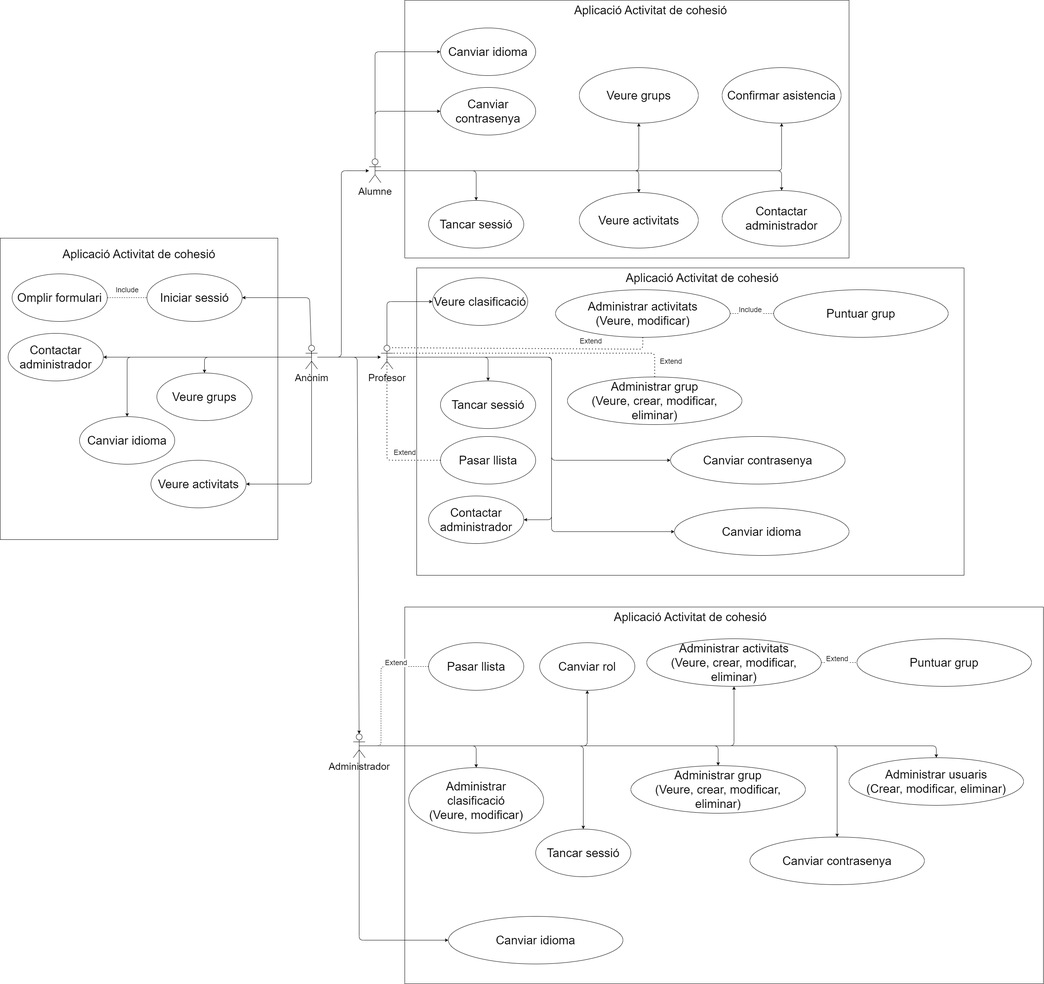
Before: diagramas/D-CU-GENERAL.png, a diagram exported from draw.io (EliasEJ/ACTIVITAT-DE-COHESIO). Source tidied: cells renumbered, new cells last; positions are measured from the earlier drawing's top-left corner, leaving out a move shared by most shapes.
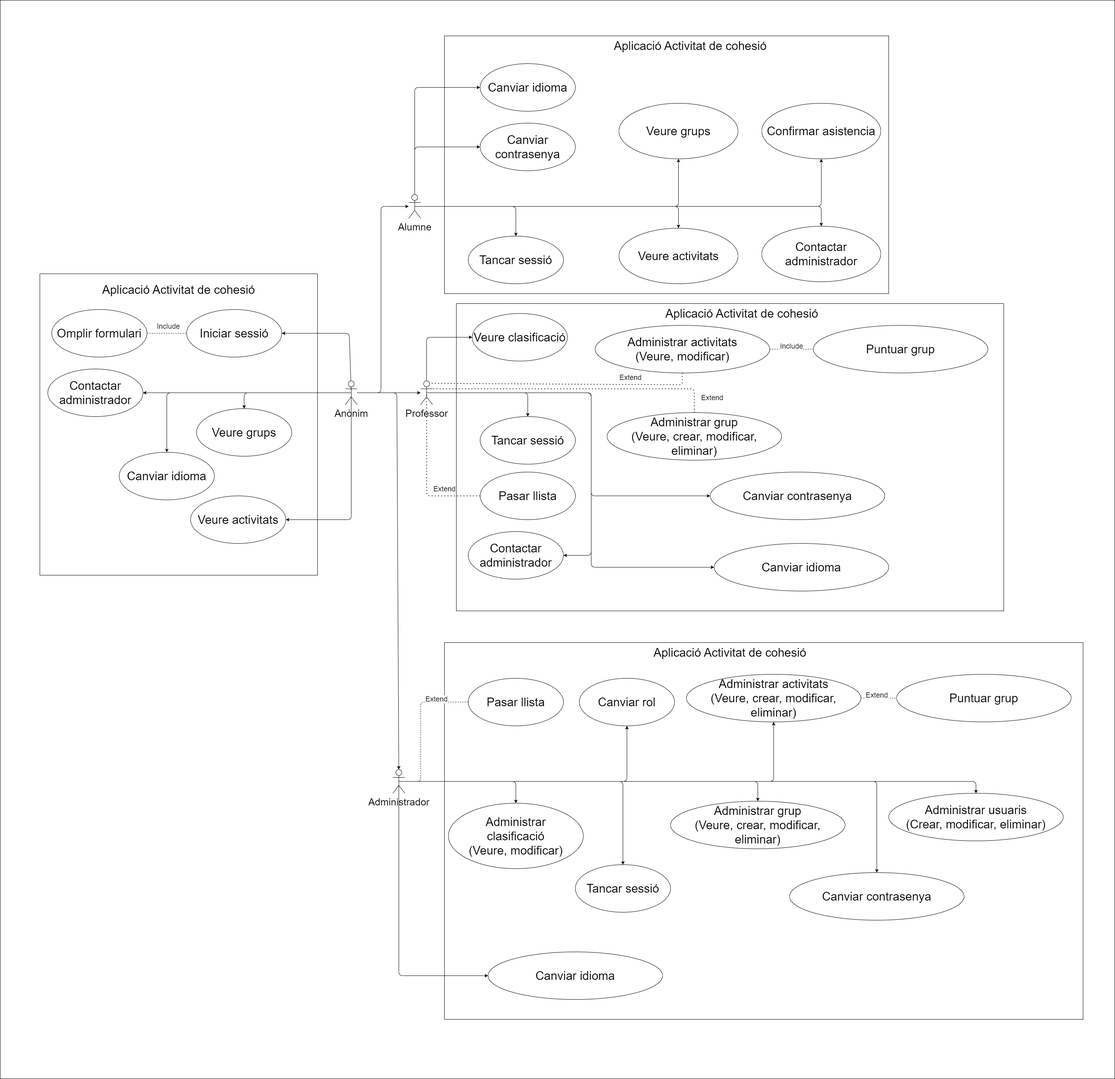
The same diagram one commit later.

Commit message:
Update diagramas/README.md with actor diagrams

Change to the diagram source:
```diff
@@ -2,6 +2,9 @@
   <root>
     <mxCell id="0" />
     <mxCell id="1" parent="0" />
+    <mxCell id="88" style="rounded=0;whiteSpace=wrap;html=1;fillColor=#FFFFFF;" parent="1" vertex="1">
+      <mxGeometry x="-100" y="-90" width="2810" height="2720" as="geometry" />
+    </mxCell>
     <mxCell id="2" style="rounded=0;whiteSpace=wrap;html=1;" parent="1" vertex="1">
       <mxGeometry x="1020" y="1530" width="1610" height="950" as="geometry" />
     </mxCell>
@@ -156,7 +159,7 @@
         </Array>
       </mxGeometry>
     </mxCell>
-    <mxCell id="28" value="Profesor" style="shape=umlActor;verticalLabelPosition=bottom;verticalAlign=top;html=1;outlineConnect=0;fontSize=25;" parent="1" vertex="1">
+    <mxCell id="28" value="Professor" style="shape=umlActor;verticalLabelPosition=bottom;verticalAlign=top;html=1;outlineConnect=0;fontSize=25;" parent="1" vertex="1">
       <mxGeometry x="960" y="870" width="30" height="60" as="geometry" />
     </mxCell>
     <mxCell id="29" style="edgeStyle=none;html=1;exitX=0.5;exitY=0.5;exitDx=0;exitDy=0;exitPerimeter=0;entryX=0.5;entryY=1;entryDx=0;entryDy=0;fontSize=18;" parent="1" edge="1" source="35" target="71">
```
